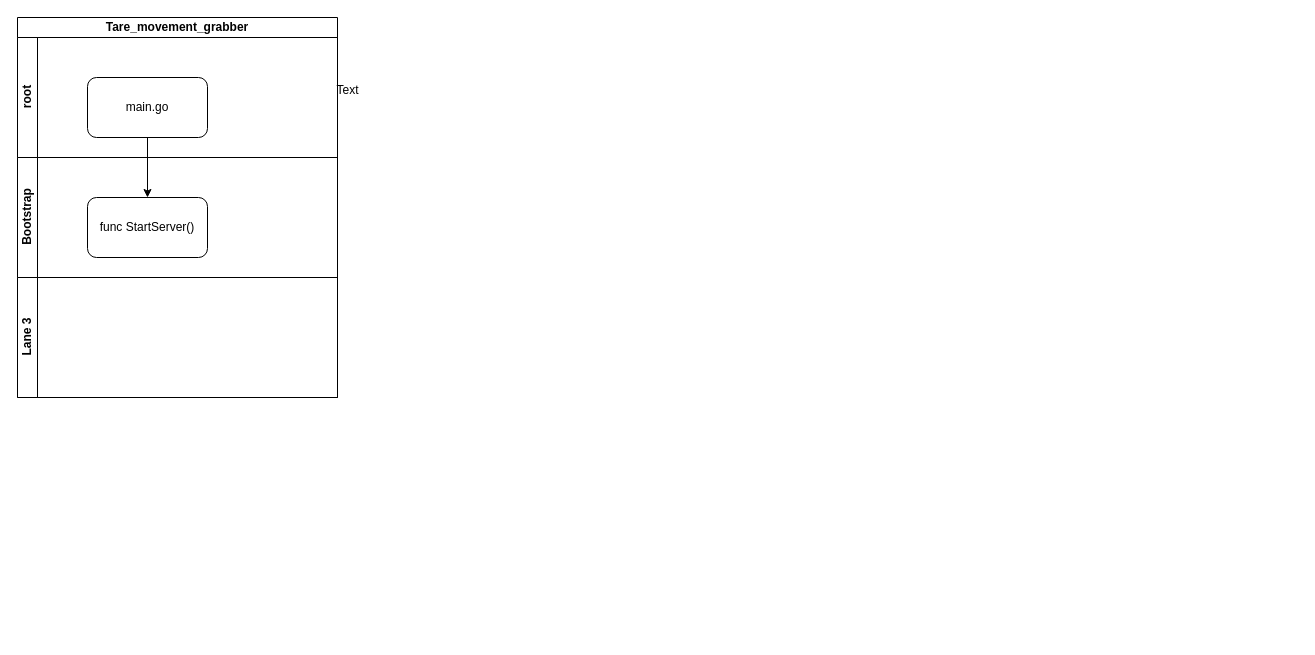
Earlier version of the draw.io diagram Tare_movement_grabber.drawio (AntonKoltsov85/Schemes). Source tidied: cells renumbered, new cells numbered last; positions are measured from the earlier drawing's top-left corner, leaving out a move shared by most shapes. Both pictures are drawn from the tidied source at 100%, with x=0, y=0 at pixel (17, 17).
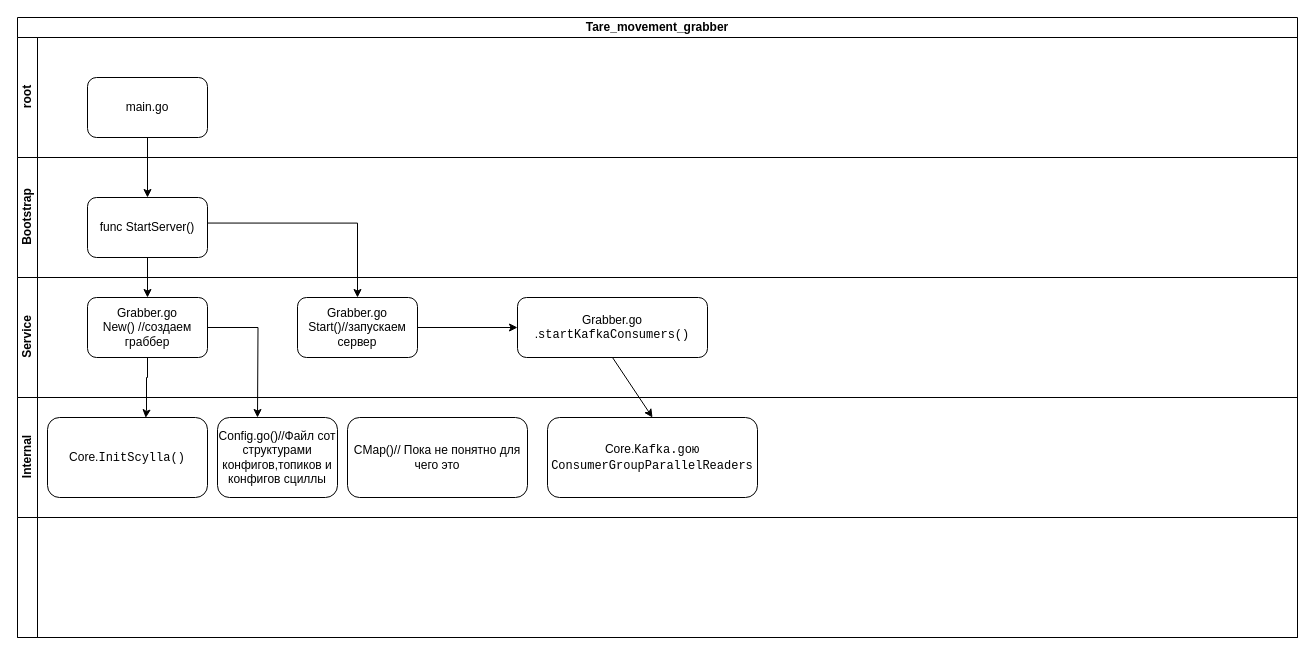
Above is the later version.

The change refers to these unchanged cells:
```xml
<mxCell id="6" value="func StartServer()" style="rounded=1;whiteSpace=wrap;html=1;" parent="5" vertex="1">
  <mxGeometry x="70" y="40" width="120" height="60" as="geometry" />
</mxCell>
```

Change to the diagram source:
```diff
@@
     <mxCell id="2" value="Tare_movement_grabber" style="swimlane;html=1;horizontal=1;startSize=20;whiteSpace=wrap;" parent="1" vertex="1">
-      <mxGeometry width="320" height="380" as="geometry" />
+      <mxGeometry width="1280" height="620" as="geometry" />
     </mxCell>
     <mxCell id="3" value="root" style="swimlane;html=1;startSize=20;horizontal=0;" parent="2" vertex="1">
-      <mxGeometry y="20" width="320" height="120" as="geometry" />
+      <mxGeometry y="20" width="1280" height="120" as="geometry" />
     </mxCell>
@@
     <mxCell id="5" value="Bootstrap" style="swimlane;html=1;startSize=20;horizontal=0;" parent="2" vertex="1">
-      <mxGeometry y="140" width="320" height="120" as="geometry" />
+      <mxGeometry y="140" width="1280" height="120" as="geometry" />
     </mxCell>
@@
-    <mxCell id="7" value="Lane 3" style="swimlane;html=1;startSize=20;horizontal=0;" parent="2" vertex="1">
-      <mxGeometry y="260" width="320" height="120" as="geometry" />
+    <mxCell id="7" value="Service" style="swimlane;html=1;startSize=20;horizontal=0;" parent="2" vertex="1">
+      <mxGeometry y="260" width="1280" height="120" as="geometry" />
     </mxCell>
+    <mxCell id="10" style="edgeStyle=orthogonalEdgeStyle;rounded=0;jettySize=auto;html=1;" parent="7" edge="1" source="11">
+      <mxGeometry relative="1" as="geometry">
+        <mxPoint x="240" y="140" as="targetPoint" />
+      </mxGeometry>
+    </mxCell>
+    <mxCell id="11" value="Grabber.go&lt;div&gt;New() //создаем граббер&lt;/div&gt;" style="rounded=1;whiteSpace=wrap;html=1;" parent="7" vertex="1">
+      <mxGeometry x="70" y="20" width="120" height="60" as="geometry" />
+    </mxCell>
+    <mxCell id="12" style="edgeStyle=orthogonalEdgeStyle;rounded=0;jettySize=auto;html=1;" parent="7" edge="1" source="13" target="14">
+      <mxGeometry relative="1" as="geometry" />
+    </mxCell>
+    <mxCell id="13" value="Grabber.go&lt;div&gt;Start()//запускаем сервер&lt;/div&gt;" style="rounded=1;whiteSpace=wrap;html=1;" parent="7" vertex="1">
+      <mxGeometry x="280" y="20" width="120" height="60" as="geometry" />
+    </mxCell>
+    <mxCell id="14" value="Grabber.go .&lt;code&gt;startKafkaConsumers()&lt;/code&gt;" style="whiteSpace=wrap;html=1;rounded=1;" parent="7" vertex="1">
+      <mxGeometry x="500" y="20" width="190" height="60" as="geometry" />
+    </mxCell>
+    <mxCell id="15" value="Internal" style="swimlane;html=1;startSize=20;horizontal=0;" parent="2" vertex="1">
+      <mxGeometry y="380" width="1280" height="120" as="geometry" />
+    </mxCell>
+    <mxCell id="16" value="Core.&lt;code&gt;InitScylla()&lt;/code&gt;" style="rounded=1;whiteSpace=wrap;html=1;" parent="15" vertex="1">
+      <mxGeometry x="30" y="20" width="160" height="80" as="geometry" />
+    </mxCell>
+    <mxCell id="17" value="Config.go()//Файл сот структурами конфигов,топиков и конфигов сциллы" style="rounded=1;whiteSpace=wrap;html=1;" parent="15" vertex="1">
+      <mxGeometry x="200" y="20" width="120" height="80" as="geometry" />
+    </mxCell>
+    <mxCell id="18" value="CMap()// Пока не понятно для чего это" style="rounded=1;whiteSpace=wrap;html=1;" parent="15" vertex="1">
+      <mxGeometry x="330" y="20" width="180" height="80" as="geometry" />
+    </mxCell>
+    <mxCell id="19" value="Core.&lt;font face=&quot;monospace&quot;&gt;Kafka.goю&lt;/font&gt;&lt;code&gt;&lt;span class=&quot;hljs-function&quot;&gt; &lt;/span&gt;&lt;span class=&quot;hljs-title&quot;&gt;ConsumerGroupParallelReaders&lt;/span&gt;&lt;/code&gt;" style="rounded=1;whiteSpace=wrap;html=1;" parent="15" vertex="1">
+      <mxGeometry x="530" y="20" width="210" height="80" as="geometry" />
+    </mxCell>
+    <mxCell id="20" style="swimlane;html=1;startSize=20;horizontal=0;" parent="2" vertex="1">
+      <mxGeometry y="500" width="1280" height="120" as="geometry" />
+    </mxCell>
@@
-    <mxCell id="9" value="Text" style="text;html=1;align=center;verticalAlign=middle;strokeColor=none;fillColor=none;" parent="1" vertex="1">
-      <mxGeometry x="305" y="58" width="50" height="30" as="geometry" />
-    </mxCell>
+    <mxCell id="21" style="edgeStyle=orthogonalEdgeStyle;rounded=0;jettySize=auto;html=1;" parent="2" edge="1" source="6" target="11">
+      <mxGeometry relative="1" as="geometry" />
+    </mxCell>
+    <mxCell id="22" style="edgeStyle=orthogonalEdgeStyle;rounded=0;jettySize=auto;html=1;entryX=0.614;entryY=0.004;entryDx=0;entryDy=0;entryPerimeter=0;exitX=0.5;exitY=1;exitDx=0;exitDy=0;" parent="2" edge="1" source="11" target="16">
+      <mxGeometry relative="1" as="geometry">
+        <Array as="points">
+          <mxPoint x="130" y="360" />
+          <mxPoint x="129" y="360" />
+          <mxPoint x="129" y="393" />
+          <mxPoint x="128" y="393" />
+        </Array>
+      </mxGeometry>
+    </mxCell>
+    <mxCell id="23" style="edgeStyle=orthogonalEdgeStyle;rounded=0;jettySize=auto;html=1;exitX=1.004;exitY=0.426;exitDx=0;exitDy=0;exitPerimeter=0;entryX=0.5;entryY=0;entryDx=0;entryDy=0;" parent="2" edge="1" source="6" target="13">
+      <mxGeometry relative="1" as="geometry" />
+    </mxCell>
+    <mxCell id="24" style="endArrow=classic;html=1;rounded=0;exitX=0.5;exitY=1;exitDx=0;exitDy=0;entryX=0.5;entryY=0;entryDx=0;entryDy=0;" parent="2" edge="1" source="14" target="19">
+      <mxGeometry relative="1" as="geometry" />
+    </mxCell>
```
